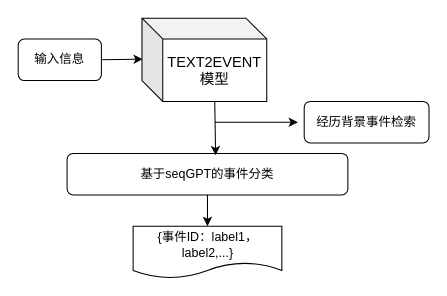
Above: 经历背景维度.drawio in Luoxun1989/work-graph (draw.io), before the change. Source tidied: cells renumbered, new cells numbered last; positions are measured from the earlier drawing's top-left corner, leaving out a move shared by most shapes. Both pictures are drawn from the tidied source at 104%, with x=0, y=0 at pixel (18, 18).
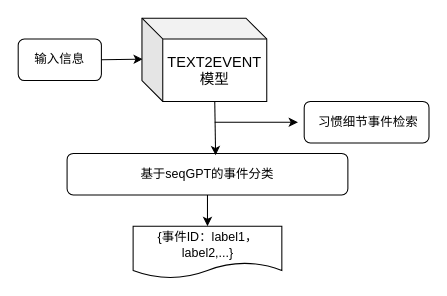
The same diagram, later.

Commit message:
更新经历背景维度.drawio

What changed in the source:
```diff
@@
 <mxGraphModel>
   <root>
     <mxCell id="0" />
     <mxCell id="1" parent="0" />
     <mxCell id="2" value="输入信息" style="rounded=1;whiteSpace=wrap;html=1;fontSize=12;glass=0;strokeWidth=1;shadow=0;" parent="1" vertex="1">
       <mxGeometry y="20" width="80" height="40" as="geometry" />
     </mxCell>
     <mxCell id="3" style="endArrow=classic;html=1;rounded=0;exitX=1;exitY=0.5;exitDx=0;exitDy=0;entryX=0.007;entryY=0.492;entryDx=0;entryDy=0;entryPerimeter=0;" parent="1" edge="1" source="2" target="5">
       <mxGeometry relative="1" as="geometry" />
     </mxCell>
     <mxCell id="4" value="基于seqGPT的事件分类" style="rounded=1;whiteSpace=wrap;html=1;fontSize=12;glass=0;strokeWidth=1;shadow=0;" parent="1" vertex="1">
       <mxGeometry x="47" y="130" width="270" height="40" as="geometry" />
     </mxCell>
     <mxCell id="5" value="&lt;span style=&quot;font-size: 14px; text-align: left; background-color: rgb(255, 255, 255);&quot;&gt;TEXT2EVENT模型&lt;/span&gt;" style="shape=cube;whiteSpace=wrap;html=1;boundedLbl=1;backgroundOutline=1;darkOpacity=0.05;darkOpacity2=0.1;" parent="1" vertex="1">
       <mxGeometry x="119" width="120" height="80" as="geometry" />
     </mxCell>
     <mxCell id="6" style="endArrow=classic;html=1;rounded=0;exitX=0;exitY=0;exitDx=70;exitDy=80;exitPerimeter=0;entryX=0.529;entryY=0.045;entryDx=0;entryDy=0;entryPerimeter=0;" parent="1" edge="1" source="5" target="4">
       <mxGeometry relative="1" as="geometry" />
     </mxCell>
     <mxCell id="7" style="endArrow=classic;html=1;rounded=0;" parent="1" edge="1">
       <mxGeometry relative="1" as="geometry">
         <mxPoint x="189" y="100" as="sourcePoint" />
         <mxPoint x="269" y="100" as="targetPoint" />
       </mxGeometry>
     </mxCell>
-    <mxCell id="8" value="经历背景事件检索" style="rounded=1;whiteSpace=wrap;html=1;" parent="1" vertex="1">
+    <mxCell id="8" value="&amp;nbsp;习惯细节事件检索" style="rounded=1;whiteSpace=wrap;html=1;" parent="1" vertex="1">
       <mxGeometry x="275" y="80" width="120" height="40" as="geometry" />
     </mxCell>
     <mxCell id="9" value="{事件ID：label1，label2,...}" style="shape=document;whiteSpace=wrap;html=1;boundedLbl=1;" parent="1" vertex="1">
       <mxGeometry x="110.5" y="200" width="143" height="50" as="geometry" />
     </mxCell>
     <mxCell id="10" style="endArrow=classic;html=1;rounded=0;entryX=0.5;entryY=0;entryDx=0;entryDy=0;exitX=0.5;exitY=1;exitDx=0;exitDy=0;" parent="1" edge="1" source="4" target="9">
       <mxGeometry relative="1" as="geometry" />
     </mxCell>
   </root>
 </mxGraphModel>
```
